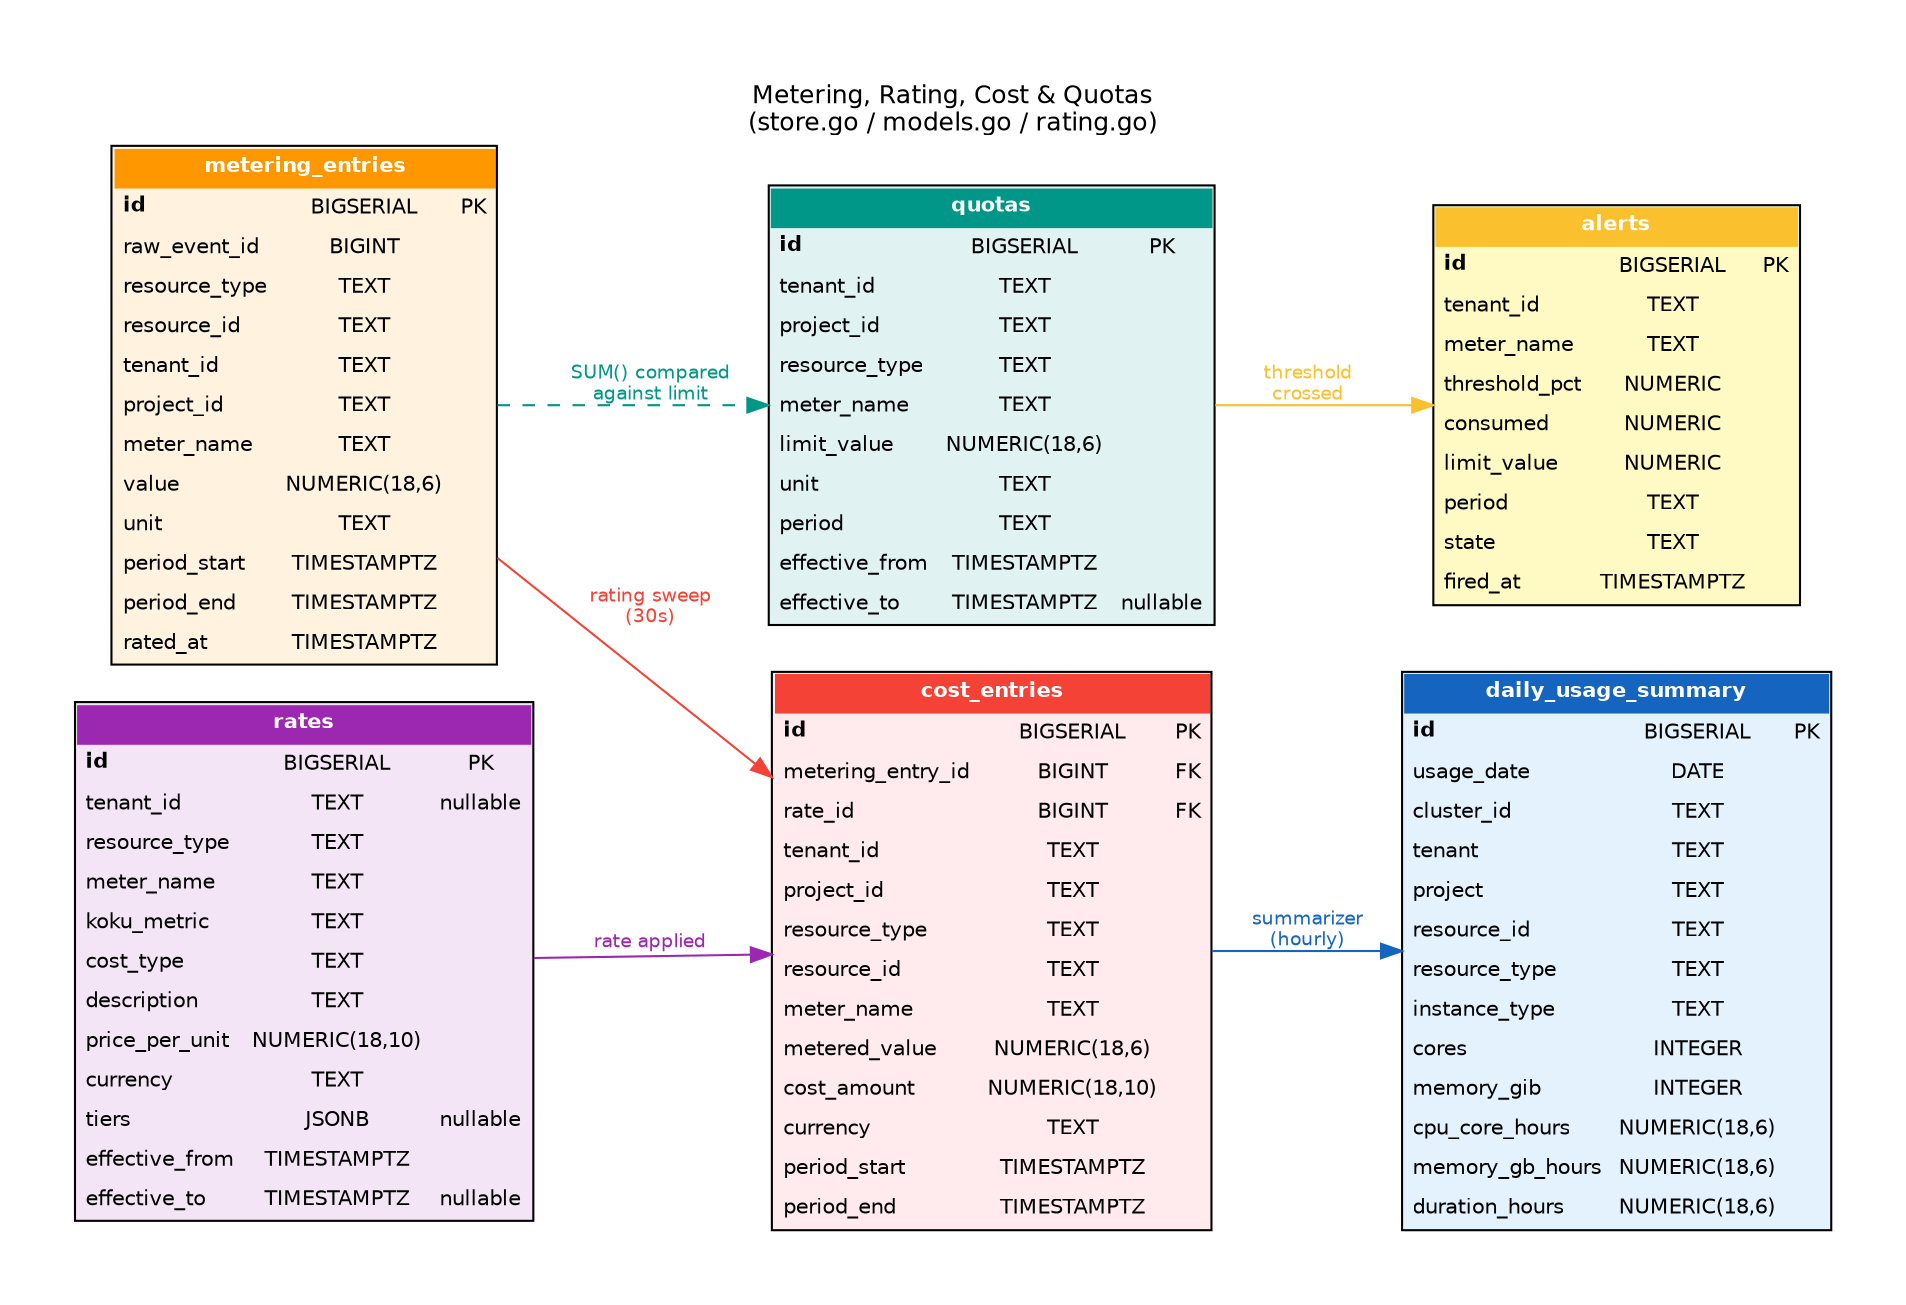
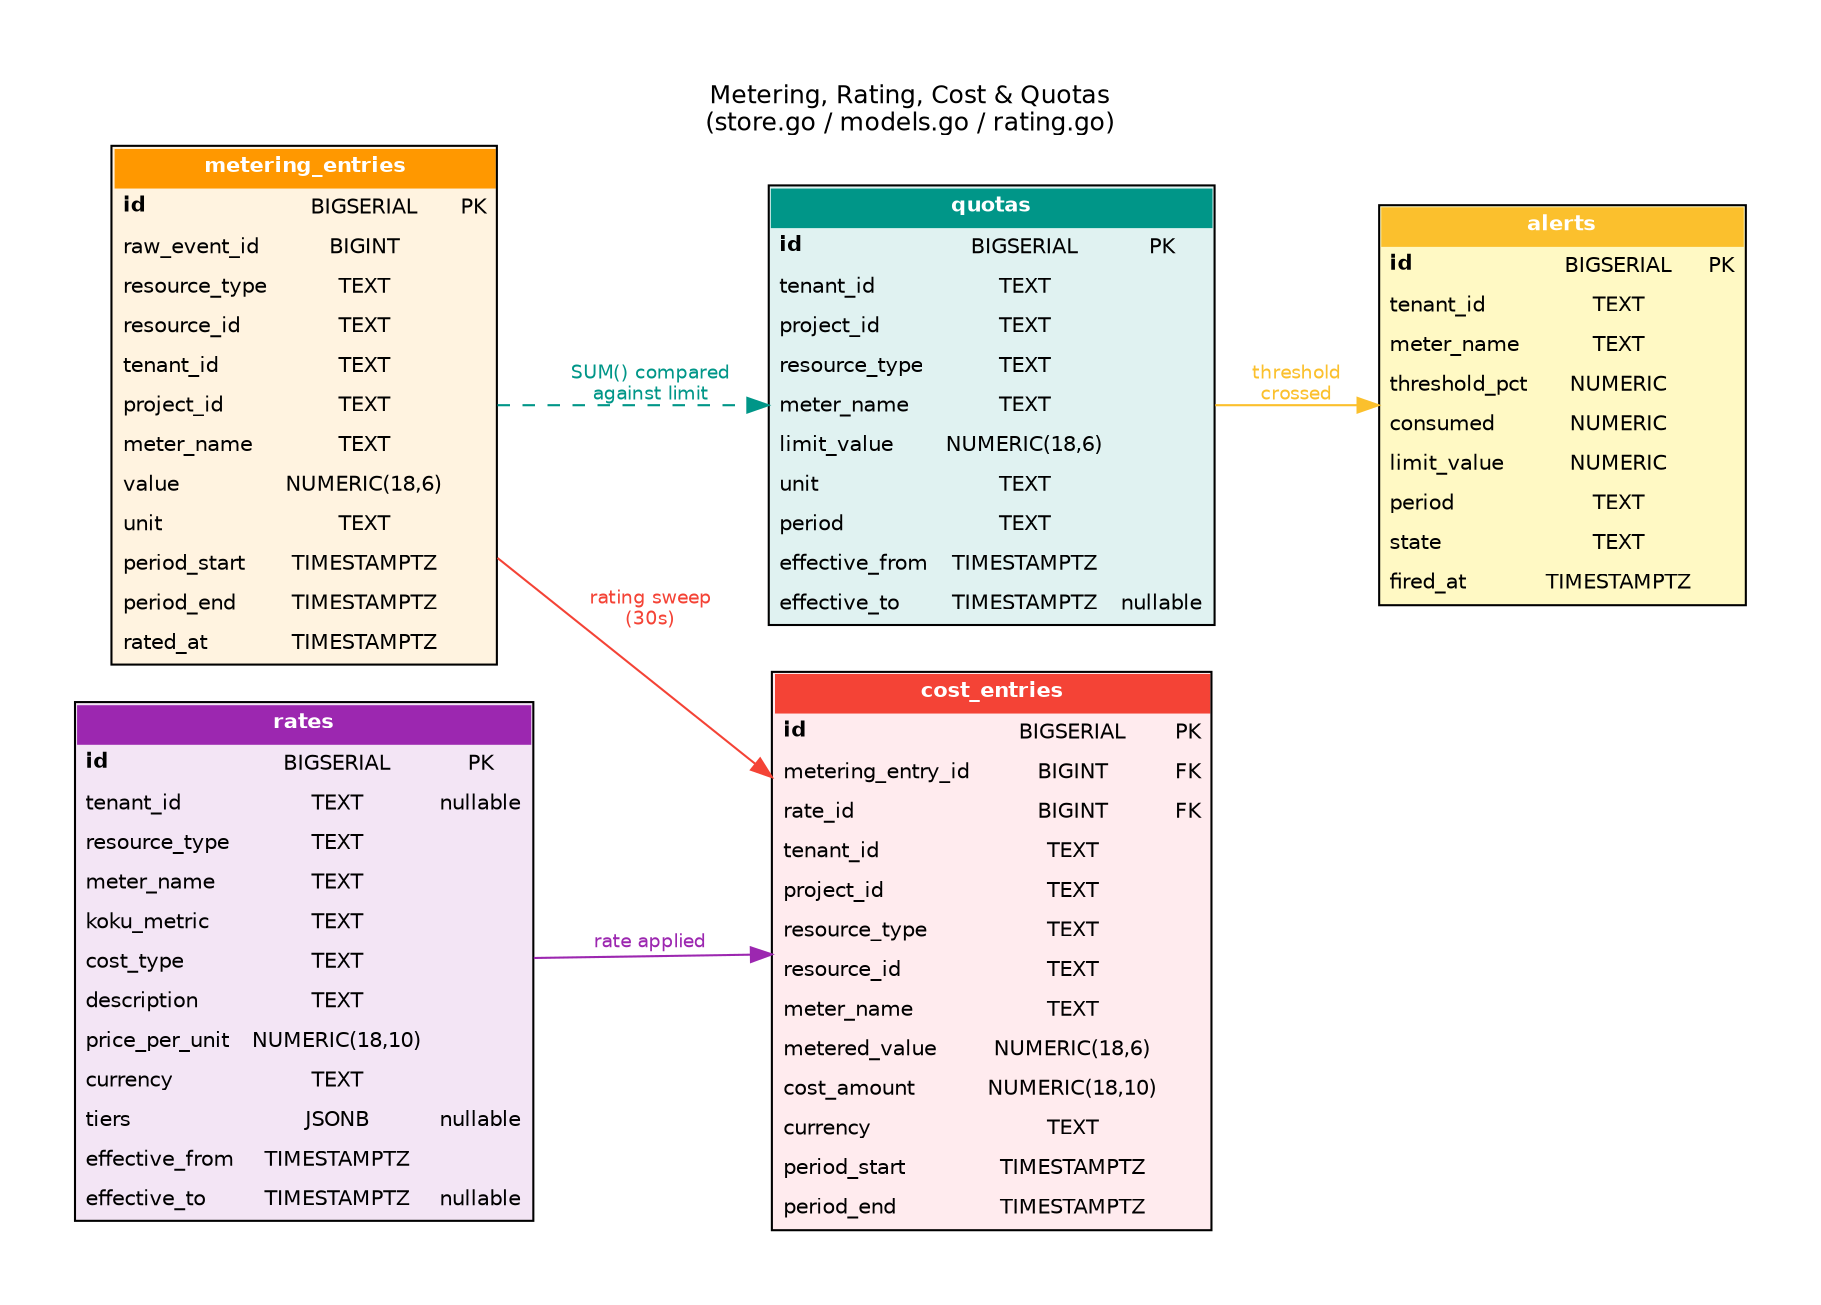
// ERD: Metering, Rating, Cost & Quotas
// Tables that track usage, apply rates, compute cost, enforce quotas,
// and aggregate daily summaries.
//
// Source: inventory-watcher/internal/inventory/store.go (schema)
// Models: inventory-watcher/internal/inventory/models.go
// Rating: inventory-watcher/internal/rating/rating.go

digraph erd_metering_cost {
    graph [
        rankdir=LR
        fontname="Helvetica"
        fontsize=12
        label="Metering, Rating, Cost & Quotas\n(store.go / models.go / rating.go)"
        labelloc=t
        bgcolor=white
        pad=0.5
    ]
    node [
        shape=plain
        fontname="Helvetica"
        fontsize=10
    ]
    edge [
        fontname="Helvetica"
        fontsize=9
        color="#666666"
    ]

    metering_entries [label=<
        <TABLE BORDER="1" CELLBORDER="0" CELLSPACING="0" CELLPADDING="4" BGCOLOR="#FFF3E0">
            <TR><TD COLSPAN="3" BGCOLOR="#FF9800"><FONT COLOR="white"><B>metering_entries</B></FONT></TD></TR>
            <TR><TD ALIGN="LEFT"><B>id</B></TD><TD>BIGSERIAL</TD><TD>PK</TD></TR>
            <TR><TD ALIGN="LEFT">raw_event_id</TD><TD>BIGINT</TD><TD></TD></TR>
            <TR><TD ALIGN="LEFT">resource_type</TD><TD>TEXT</TD><TD></TD></TR>
            <TR><TD ALIGN="LEFT">resource_id</TD><TD>TEXT</TD><TD></TD></TR>
            <TR><TD ALIGN="LEFT">tenant_id</TD><TD>TEXT</TD><TD></TD></TR>
            <TR><TD ALIGN="LEFT">project_id</TD><TD>TEXT</TD><TD></TD></TR>
            <TR><TD ALIGN="LEFT">meter_name</TD><TD>TEXT</TD><TD></TD></TR>
            <TR><TD ALIGN="LEFT">value</TD><TD>NUMERIC(18,6)</TD><TD></TD></TR>
            <TR><TD ALIGN="LEFT">unit</TD><TD>TEXT</TD><TD></TD></TR>
            <TR><TD ALIGN="LEFT">period_start</TD><TD>TIMESTAMPTZ</TD><TD></TD></TR>
            <TR><TD ALIGN="LEFT">period_end</TD><TD>TIMESTAMPTZ</TD><TD></TD></TR>
            <TR><TD ALIGN="LEFT">rated_at</TD><TD>TIMESTAMPTZ</TD><TD></TD></TR>
        </TABLE>
    >]

    rates [label=<
        <TABLE BORDER="1" CELLBORDER="0" CELLSPACING="0" CELLPADDING="4" BGCOLOR="#F3E5F5">
            <TR><TD COLSPAN="3" BGCOLOR="#9C27B0"><FONT COLOR="white"><B>rates</B></FONT></TD></TR>
            <TR><TD ALIGN="LEFT"><B>id</B></TD><TD>BIGSERIAL</TD><TD>PK</TD></TR>
            <TR><TD ALIGN="LEFT">tenant_id</TD><TD>TEXT</TD><TD>nullable</TD></TR>
            <TR><TD ALIGN="LEFT">resource_type</TD><TD>TEXT</TD><TD></TD></TR>
            <TR><TD ALIGN="LEFT">meter_name</TD><TD>TEXT</TD><TD></TD></TR>
            <TR><TD ALIGN="LEFT">koku_metric</TD><TD>TEXT</TD><TD></TD></TR>
            <TR><TD ALIGN="LEFT">cost_type</TD><TD>TEXT</TD><TD></TD></TR>
            <TR><TD ALIGN="LEFT">description</TD><TD>TEXT</TD><TD></TD></TR>
            <TR><TD ALIGN="LEFT">price_per_unit</TD><TD>NUMERIC(18,10)</TD><TD></TD></TR>
            <TR><TD ALIGN="LEFT">currency</TD><TD>TEXT</TD><TD></TD></TR>
            <TR><TD ALIGN="LEFT">tiers</TD><TD>JSONB</TD><TD>nullable</TD></TR>
            <TR><TD ALIGN="LEFT">effective_from</TD><TD>TIMESTAMPTZ</TD><TD></TD></TR>
            <TR><TD ALIGN="LEFT">effective_to</TD><TD>TIMESTAMPTZ</TD><TD>nullable</TD></TR>
        </TABLE>
    >]

    cost_entries [label=<
        <TABLE BORDER="1" CELLBORDER="0" CELLSPACING="0" CELLPADDING="4" BGCOLOR="#FFEBEE">
            <TR><TD COLSPAN="3" BGCOLOR="#F44336"><FONT COLOR="white"><B>cost_entries</B></FONT></TD></TR>
            <TR><TD ALIGN="LEFT"><B>id</B></TD><TD>BIGSERIAL</TD><TD>PK</TD></TR>
            <TR><TD ALIGN="LEFT">metering_entry_id</TD><TD>BIGINT</TD><TD>FK</TD></TR>
            <TR><TD ALIGN="LEFT">rate_id</TD><TD>BIGINT</TD><TD>FK</TD></TR>
            <TR><TD ALIGN="LEFT">tenant_id</TD><TD>TEXT</TD><TD></TD></TR>
            <TR><TD ALIGN="LEFT">project_id</TD><TD>TEXT</TD><TD></TD></TR>
            <TR><TD ALIGN="LEFT">resource_type</TD><TD>TEXT</TD><TD></TD></TR>
            <TR><TD ALIGN="LEFT">resource_id</TD><TD>TEXT</TD><TD></TD></TR>
            <TR><TD ALIGN="LEFT">meter_name</TD><TD>TEXT</TD><TD></TD></TR>
            <TR><TD ALIGN="LEFT">metered_value</TD><TD>NUMERIC(18,6)</TD><TD></TD></TR>
            <TR><TD ALIGN="LEFT">cost_amount</TD><TD>NUMERIC(18,10)</TD><TD></TD></TR>
            <TR><TD ALIGN="LEFT">currency</TD><TD>TEXT</TD><TD></TD></TR>
            <TR><TD ALIGN="LEFT">period_start</TD><TD>TIMESTAMPTZ</TD><TD></TD></TR>
            <TR><TD ALIGN="LEFT">period_end</TD><TD>TIMESTAMPTZ</TD><TD></TD></TR>
        </TABLE>
    >]

-     daily_usage_summary [label=<
-         <TABLE BORDER="1" CELLBORDER="0" CELLSPACING="0" CELLPADDING="4" BGCOLOR="#E3F2FD">
-             <TR><TD COLSPAN="3" BGCOLOR="#1565C0"><FONT COLOR="white"><B>daily_usage_summary</B></FONT></TD></TR>
-             <TR><TD ALIGN="LEFT"><B>id</B></TD><TD>BIGSERIAL</TD><TD>PK</TD></TR>
-             <TR><TD ALIGN="LEFT">usage_date</TD><TD>DATE</TD><TD></TD></TR>
-             <TR><TD ALIGN="LEFT">cluster_id</TD><TD>TEXT</TD><TD></TD></TR>
-             <TR><TD ALIGN="LEFT">tenant</TD><TD>TEXT</TD><TD></TD></TR>
-             <TR><TD ALIGN="LEFT">project</TD><TD>TEXT</TD><TD></TD></TR>
-             <TR><TD ALIGN="LEFT">resource_id</TD><TD>TEXT</TD><TD></TD></TR>
-             <TR><TD ALIGN="LEFT">resource_type</TD><TD>TEXT</TD><TD></TD></TR>
-             <TR><TD ALIGN="LEFT">instance_type</TD><TD>TEXT</TD><TD></TD></TR>
-             <TR><TD ALIGN="LEFT">cores</TD><TD>INTEGER</TD><TD></TD></TR>
-             <TR><TD ALIGN="LEFT">memory_gib</TD><TD>INTEGER</TD><TD></TD></TR>
-             <TR><TD ALIGN="LEFT">cpu_core_hours</TD><TD>NUMERIC(18,6)</TD><TD></TD></TR>
-             <TR><TD ALIGN="LEFT">memory_gb_hours</TD><TD>NUMERIC(18,6)</TD><TD></TD></TR>
-             <TR><TD ALIGN="LEFT">duration_hours</TD><TD>NUMERIC(18,6)</TD><TD></TD></TR>
-         </TABLE>
-     >]
- 
    quotas [label=<
        <TABLE BORDER="1" CELLBORDER="0" CELLSPACING="0" CELLPADDING="4" BGCOLOR="#E0F2F1">
            <TR><TD COLSPAN="3" BGCOLOR="#009688"><FONT COLOR="white"><B>quotas</B></FONT></TD></TR>
            <TR><TD ALIGN="LEFT"><B>id</B></TD><TD>BIGSERIAL</TD><TD>PK</TD></TR>
            <TR><TD ALIGN="LEFT">tenant_id</TD><TD>TEXT</TD><TD></TD></TR>
            <TR><TD ALIGN="LEFT">project_id</TD><TD>TEXT</TD><TD></TD></TR>
            <TR><TD ALIGN="LEFT">resource_type</TD><TD>TEXT</TD><TD></TD></TR>
            <TR><TD ALIGN="LEFT">meter_name</TD><TD>TEXT</TD><TD></TD></TR>
            <TR><TD ALIGN="LEFT">limit_value</TD><TD>NUMERIC(18,6)</TD><TD></TD></TR>
            <TR><TD ALIGN="LEFT">unit</TD><TD>TEXT</TD><TD></TD></TR>
            <TR><TD ALIGN="LEFT">period</TD><TD>TEXT</TD><TD></TD></TR>
            <TR><TD ALIGN="LEFT">effective_from</TD><TD>TIMESTAMPTZ</TD><TD></TD></TR>
            <TR><TD ALIGN="LEFT">effective_to</TD><TD>TIMESTAMPTZ</TD><TD>nullable</TD></TR>
        </TABLE>
    >]

    alerts [label=<
        <TABLE BORDER="1" CELLBORDER="0" CELLSPACING="0" CELLPADDING="4" BGCOLOR="#FFF9C4">
            <TR><TD COLSPAN="3" BGCOLOR="#FBC02D"><FONT COLOR="white"><B>alerts</B></FONT></TD></TR>
            <TR><TD ALIGN="LEFT"><B>id</B></TD><TD>BIGSERIAL</TD><TD>PK</TD></TR>
            <TR><TD ALIGN="LEFT">tenant_id</TD><TD>TEXT</TD><TD></TD></TR>
            <TR><TD ALIGN="LEFT">meter_name</TD><TD>TEXT</TD><TD></TD></TR>
            <TR><TD ALIGN="LEFT">threshold_pct</TD><TD>NUMERIC</TD><TD></TD></TR>
            <TR><TD ALIGN="LEFT">consumed</TD><TD>NUMERIC</TD><TD></TD></TR>
            <TR><TD ALIGN="LEFT">limit_value</TD><TD>NUMERIC</TD><TD></TD></TR>
            <TR><TD ALIGN="LEFT">period</TD><TD>TEXT</TD><TD></TD></TR>
            <TR><TD ALIGN="LEFT">state</TD><TD>TEXT</TD><TD></TD></TR>
            <TR><TD ALIGN="LEFT">fired_at</TD><TD>TIMESTAMPTZ</TD><TD></TD></TR>
        </TABLE>
    >]

    // Data flow
    metering_entries -> cost_entries [label="rating sweep\n(30s)" color="#F44336" fontcolor="#F44336"]
    rates -> cost_entries [label="rate applied" color="#9C27B0" fontcolor="#9C27B0"]
    metering_entries -> quotas [label="SUM() compared\nagainst limit" style=dashed color="#009688" fontcolor="#009688"]
    quotas -> alerts [label="threshold\ncrossed" color="#FBC02D" fontcolor="#FBC02D"]
-     cost_entries -> daily_usage_summary [label="summarizer\n(hourly)" color="#1565C0" fontcolor="#1565C0"]
}
